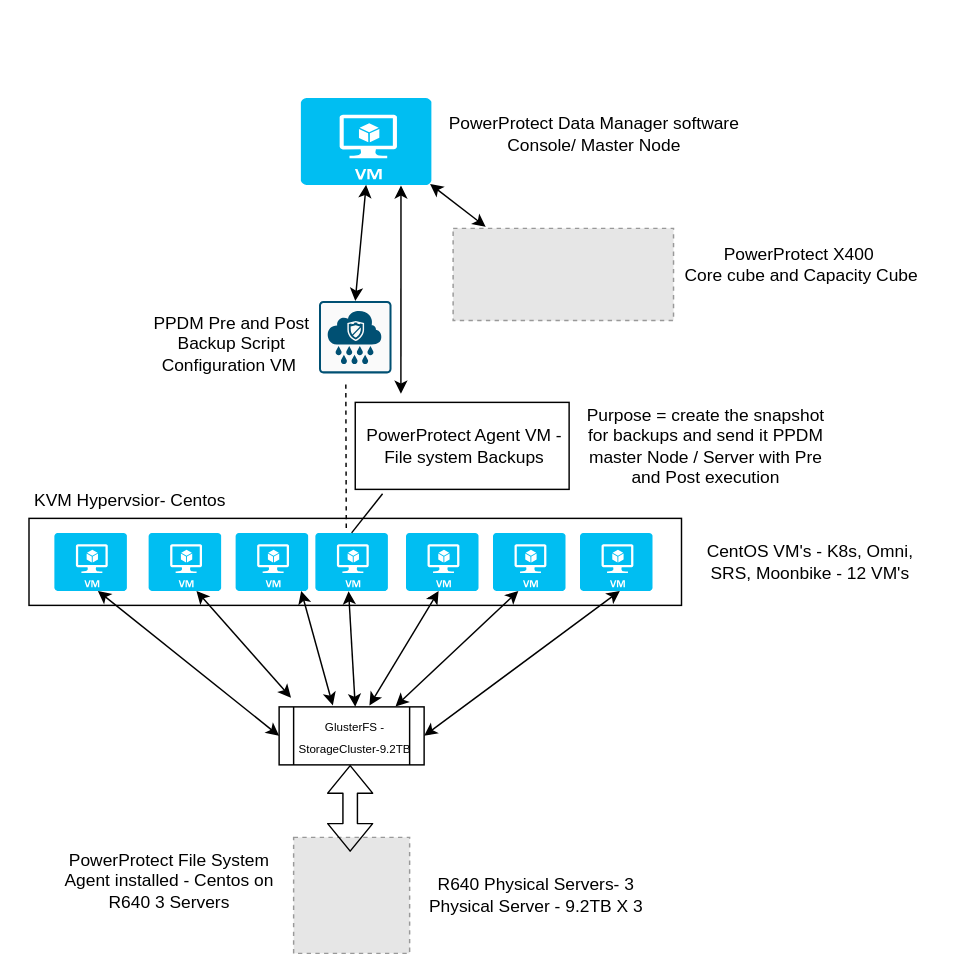
Above: Untitled Diagram.drawio in vishwa2311/DP-BU-stuff (draw.io), before the change. Source tidied: cells renumbered, new cells numbered last; positions are measured from the earlier drawing's top-left corner, leaving out a move shared by most shapes. Both pictures are drawn from the tidied source at 145%, with x=0, y=0 at pixel (25, 97). Pictures stored in the file or linked from it are replaced by grey dashed boxes.
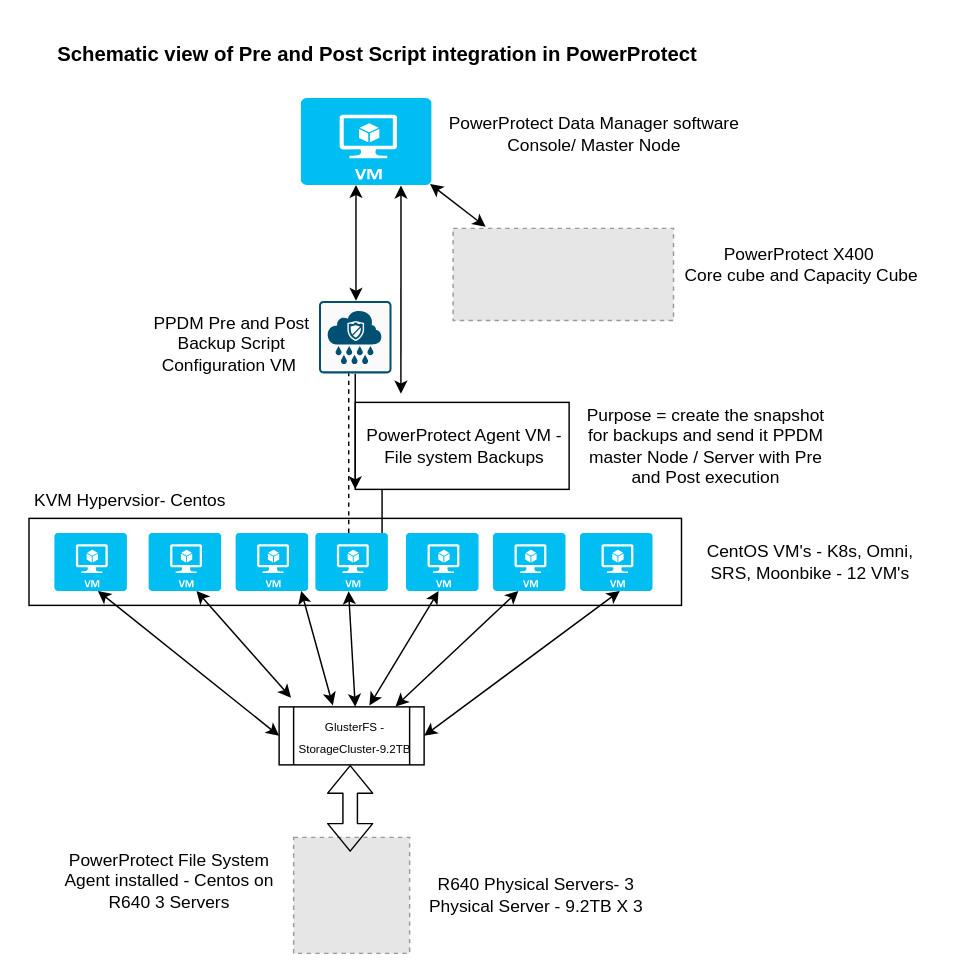
After the change.

The change refers to these unchanged cells:
```xml
<mxCell id="18" value="PowerProtect Agent VM - File system Backups" style="text;html=1;strokeColor=none;fillColor=none;align=center;verticalAlign=middle;whiteSpace=wrap;rounded=0;" parent="1" vertex="1">
  <mxGeometry x="232.5" y="215" width="140" height="50" as="geometry" />
</mxCell>
<mxCell id="29" style="verticalLabelPosition=bottom;html=1;verticalAlign=top;align=center;strokeColor=none;fillColor=#00BEF2;shape=mxgraph.azure.virtual_machine;" parent="1" vertex="1">
  <mxGeometry x="190" width="90" height="60" as="geometry" />
</mxCell>
<mxCell id="37" style="verticalLabelPosition=bottom;html=1;verticalAlign=top;align=center;points=[[0.06,0.06,0],[0.94,0.06,0],[0.94,0.94,0],[0.06,0.94,0],[0.25,0,0],[0.5,0,0],[0.75,0,0],[1,0.25,0],[1,0.5,0],[1,0.75,0],[0.75,1,0],[0.5,1,0],[0.25,1,0],[0,0.75,0],[0,0.5,0],[0,0.25,0]];shape=mxgraph.cisco19.rect;prIcon=policy_configuration;fillColor=#FAFAFA;strokeColor=#005073;" parent="1" vertex="1">
  <mxGeometry x="202.5" y="140" width="50" height="50" as="geometry" />
</mxCell>
```

Change to the diagram source:
```diff
@@
-    <mxCell id="24" style="endArrow=none;html=1;entryX=0.099;entryY=1.16;entryDx=0;entryDy=0;entryPerimeter=0;" parent="1" edge="1" target="18">
+    <mxCell id="24" style="endArrow=none;html=1;" parent="1" edge="1">
       <mxGeometry relative="1" as="geometry">
-        <mxPoint x="225" y="300" as="sourcePoint" />
+        <mxPoint x="246" y="300" as="sourcePoint" />
+        <mxPoint x="246" y="270" as="targetPoint" />
       </mxGeometry>
     </mxCell>
@@
-    <mxCell id="34" style="endArrow=classic;startArrow=classic;html=1;entryX=0.5;entryY=1;entryDx=0;entryDy=0;entryPerimeter=0;exitX=0.5;exitY=0;exitDx=0;exitDy=0;exitPerimeter=0;" parent="1" edge="1" source="37" target="29">
-      <mxGeometry relative="1" as="geometry" />
+    <mxCell id="34" style="endArrow=classic;startArrow=classic;html=1;exitX=0.75;exitY=0;exitDx=0;exitDy=0;exitPerimeter=0;" parent="1" edge="1">
+      <mxGeometry relative="1" as="geometry">
+        <mxPoint x="228" y="140" as="sourcePoint" />
+        <mxPoint x="228" y="60" as="targetPoint" />
+      </mxGeometry>
     </mxCell>
@@
+    <mxCell id="39" style="edgeStyle=orthogonalEdgeStyle;rounded=0;jettySize=auto;html=1;" parent="1" edge="1" source="37">
+      <mxGeometry relative="1" as="geometry">
+        <mxPoint x="227.5" y="270" as="targetPoint" />
+      </mxGeometry>
+    </mxCell>
@@
-    <mxCell id="38" style="endArrow=none;dashed=1;html=1;exitX=0.473;exitY=0.094;exitDx=0;exitDy=0;exitPerimeter=0;entryX=1;entryY=1;entryDx=0;entryDy=0;" parent="1" edge="1">
+    <mxCell id="38" style="endArrow=none;dashed=1;html=1;" parent="1" edge="1">
       <mxGeometry relative="1" as="geometry">
-        <mxPoint x="221.3" y="296.6" as="sourcePoint" />
-        <mxPoint x="221" y="196" as="targetPoint" />
+        <mxPoint x="223" y="300" as="sourcePoint" />
+        <mxPoint x="223" y="190" as="targetPoint" />
       </mxGeometry>
     </mxCell>
+    <mxCell id="40" value="&lt;font style=&quot;font-size: 14px&quot;&gt;&lt;b&gt;Schematic view of Pre and Post Script integration in PowerProtect&lt;/b&gt;&lt;/font&gt;" style="text;html=1;strokeColor=none;fillColor=none;align=center;verticalAlign=middle;whiteSpace=wrap;rounded=0;" parent="1" vertex="1">
+      <mxGeometry x="2.5" y="-50" width="480" height="40" as="geometry" />
+    </mxCell>
```
